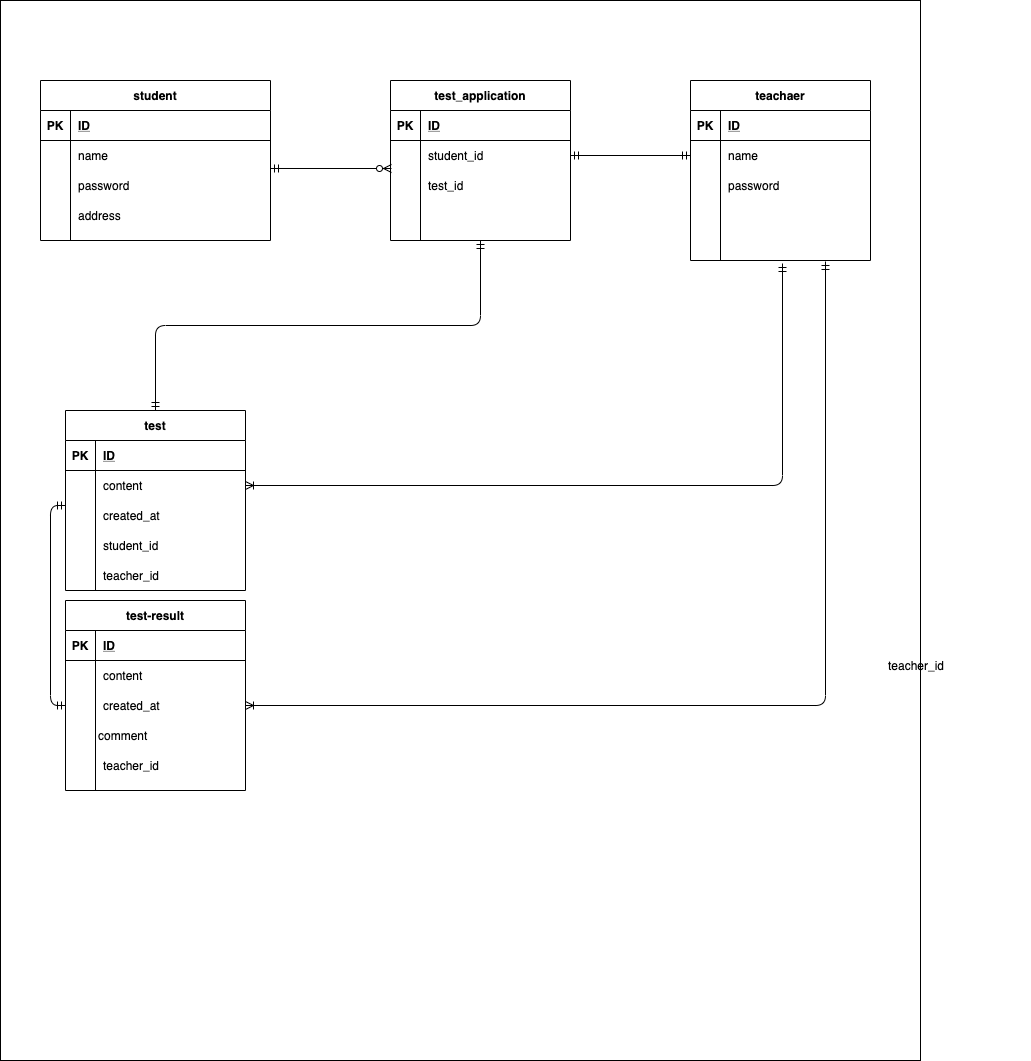
This is index.drawio.png from Nonaka-Code/20210530nonaka, a draw.io export, as it was before one commit. Source tidied: cells renumbered, new cells last; positions are measured from the earlier drawing's top-left corner, leaving out a move shared by most shapes.
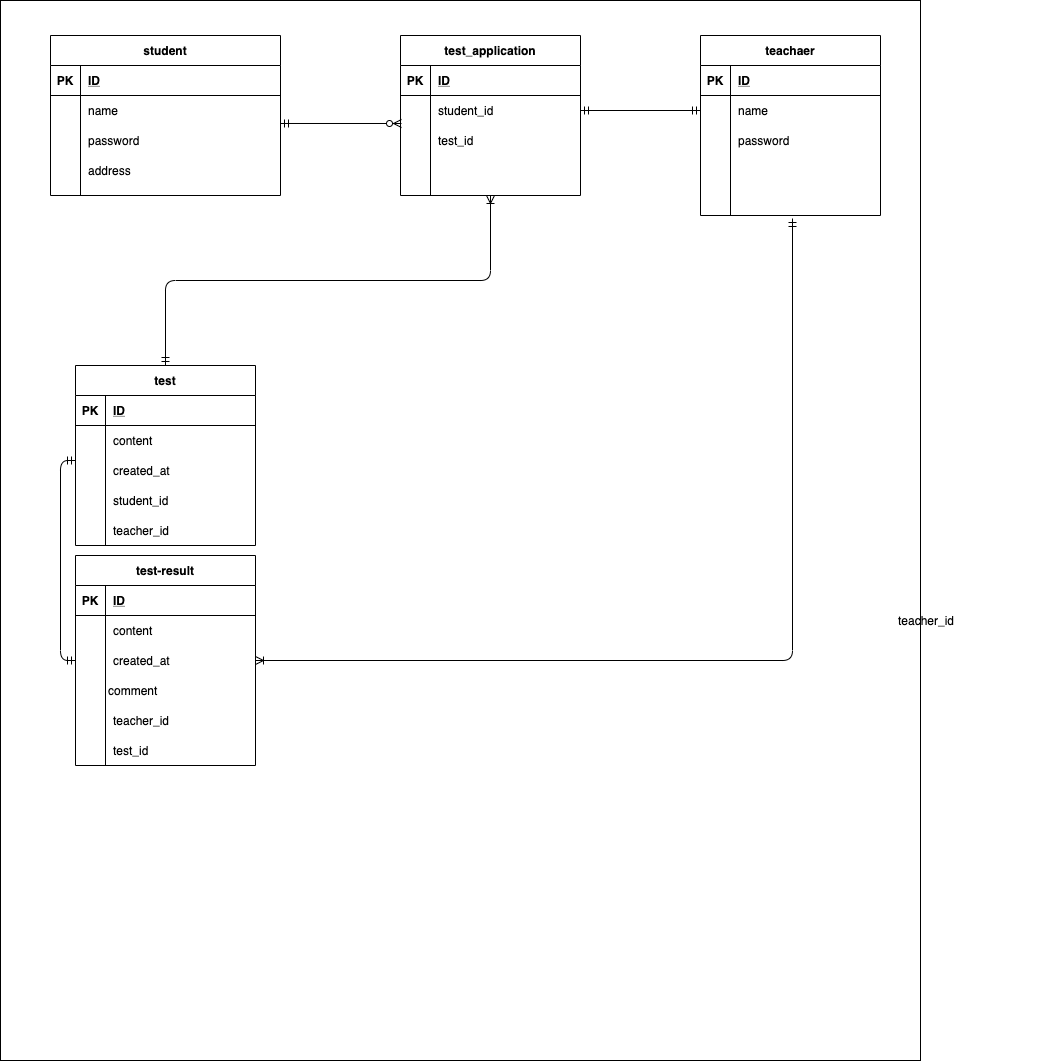
The same file after the commit.

Change to the diagram source:
```diff
@@ -3,7 +3,7 @@
     <mxCell id="0" />
     <mxCell id="1" parent="0" />
     <mxCell id="2" style="rounded=0;whiteSpace=wrap;html=1;" parent="1" vertex="1">
-      <mxGeometry width="920" height="1060" as="geometry" />
+      <mxGeometry x="-10" y="45" width="920" height="1060" as="geometry" />
     </mxCell>
     <mxCell id="3" value="student" style="shape=table;startSize=30;rowLines=0;fontStyle=1;align=center;" parent="1" vertex="1">
       <mxGeometry x="40" y="80" width="230" height="160" as="geometry" />
@@ -166,14 +166,11 @@
     <mxCell id="55" value="test_id" style="shape=partialRectangle;fillColor=none;top=0;left=0;bottom=0;right=0;align=left;spacingLeft=6;overflow=hidden;" parent="53" vertex="1">
       <mxGeometry x="30" width="150" height="30" as="geometry" />
     </mxCell>
-    <mxCell id="56" style="edgeStyle=orthogonalEdgeStyle;fontSize=12;html=1;endArrow=ERoneToMany;startArrow=ERmandOne;entryX=1;entryY=0.5;entryDx=0;entryDy=0;" parent="1" edge="1" target="36">
+    <mxCell id="56" style="edgeStyle=orthogonalEdgeStyle;fontSize=12;html=1;endArrow=ERoneToMany;startArrow=ERmandOne;entryX=1;entryY=0.5;entryDx=0;entryDy=0;" parent="1" edge="1" target="69">
       <mxGeometry relative="1" as="geometry">
         <mxPoint x="782" y="263" as="sourcePoint" />
       </mxGeometry>
     </mxCell>
-    <mxCell id="57" style="edgeStyle=orthogonalEdgeStyle;fontSize=12;html=1;endArrow=ERmandOne;startArrow=ERmandOne;exitX=0.5;exitY=0;exitDx=0;exitDy=0;entryX=0.5;entryY=1;entryDx=0;entryDy=0;" parent="1" edge="1" source="32" target="46">
-      <mxGeometry relative="1" as="geometry" />
-    </mxCell>
     <mxCell id="58" style="edgeStyle=orthogonalEdgeStyle;fontSize=12;html=1;endArrow=ERmandOne;startArrow=ERmandOne;entryX=1;entryY=0.5;entryDx=0;entryDy=0;exitX=0;exitY=0.5;exitDx=0;exitDy=0;" parent="1" edge="1" source="20" target="50">
       <mxGeometry relative="1" as="geometry" />
     </mxCell>
@@ -187,7 +184,7 @@
       <mxGeometry x="90" y="720" width="150" height="30" as="geometry" />
     </mxCell>
     <mxCell id="62" value="test-result" style="shape=table;startSize=30;rowLines=0;fontStyle=1;align=center;" parent="1" vertex="1">
-      <mxGeometry x="65" y="600" width="180" height="190" as="geometry" />
+      <mxGeometry x="65" y="600" width="180" height="210" as="geometry" />
     </mxCell>
     <mxCell id="63" style="shape=partialRectangle;fillColor=none;top=0;left=0;bottom=1;right=0;" parent="62" vertex="1">
       <mxGeometry y="30" width="180" height="30" as="geometry" />
@@ -237,8 +234,11 @@
         </Array>
       </mxGeometry>
     </mxCell>
-    <mxCell id="77" style="edgeStyle=orthogonalEdgeStyle;fontSize=12;html=1;endArrow=ERoneToMany;startArrow=ERmandOne;exitX=0.75;exitY=1.033;exitDx=0;exitDy=0;exitPerimeter=0;entryX=1;entryY=0.5;entryDx=0;entryDy=0;" parent="1" edge="1" source="29" target="69">
+    <mxCell id="77" style="edgeStyle=orthogonalEdgeStyle;fontSize=12;html=1;endArrow=ERoneToMany;startArrow=ERmandOne;exitX=0.5;exitY=0;exitDx=0;exitDy=0;entryX=0.5;entryY=1;entryDx=0;entryDy=0;" parent="1" edge="1" source="32" target="46">
       <mxGeometry relative="1" as="geometry" />
     </mxCell>
+    <mxCell id="78" value="test_id" style="shape=partialRectangle;fillColor=none;top=0;left=0;bottom=0;right=0;align=left;spacingLeft=6;overflow=hidden;" parent="1" vertex="1">
+      <mxGeometry x="95" y="780" width="150" height="30" as="geometry" />
+    </mxCell>
   </root>
 </mxGraphModel>
```
